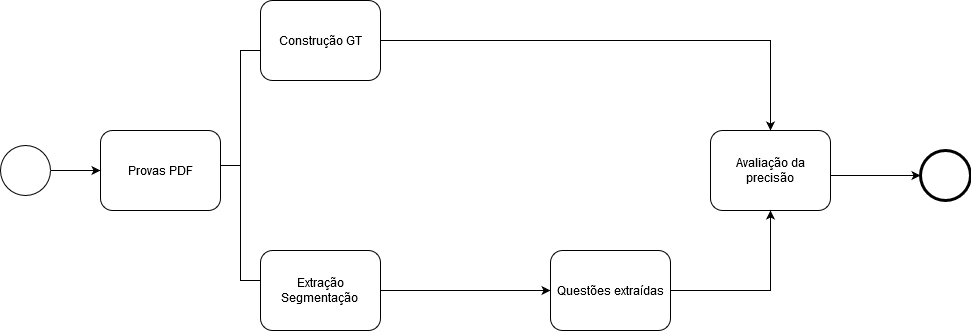
Earlier version of the draw.io export Untitled Diagram.png (karinawie/process-diagram). Source tidied: cells renumbered, new cells last; positions are measured from the earlier drawing's top-left corner, leaving out a move shared by most shapes.
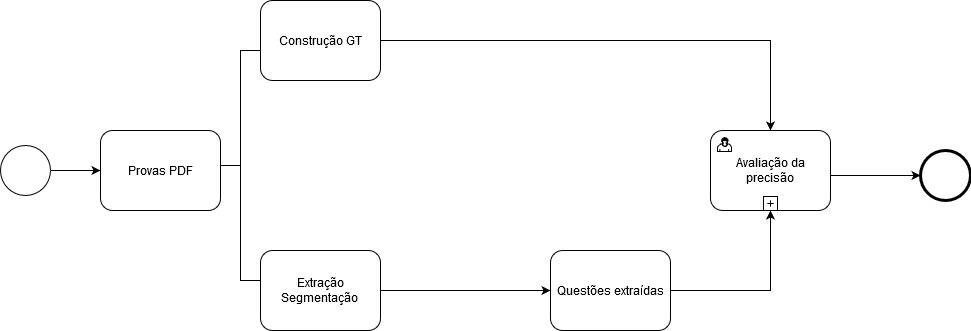
Above is the later version.

The edit, as a diff of the source:
```diff
@@ -8,17 +8,15 @@
     <mxCell id="3" value="Provas PDF" style="shape=ext;rounded=1;html=1;whiteSpace=wrap;" parent="1" vertex="1">
       <mxGeometry x="100" y="130" width="120" height="80" as="geometry" />
     </mxCell>
-    <mxCell id="4" value="Avaliação da precisão" style="html=1;whiteSpace=wrap;rounded=1;" parent="1" vertex="1">
-      <mxGeometry x="710" y="130" width="120" height="80" as="geometry" />
-    </mxCell>
     <mxCell id="5" style="shape=mxgraph.bpmn.shape;html=1;verticalLabelPosition=bottom;labelBackgroundColor=#ffffff;verticalAlign=top;perimeter=ellipsePerimeter;outline=end;symbol=general;" parent="1" vertex="1">
       <mxGeometry x="920" y="150" width="50" height="50" as="geometry" />
     </mxCell>
     <mxCell id="6" style="edgeStyle=orthogonalEdgeStyle;rounded=0;html=1;jettySize=auto;" parent="1" edge="1" source="2" target="3">
       <mxGeometry relative="1" as="geometry" />
     </mxCell>
-    <mxCell id="7" style="edgeStyle=orthogonalEdgeStyle;rounded=0;html=1;jettySize=auto;entryX=0.5;entryY=1;entryDx=0;entryDy=0;" parent="1" edge="1" source="9" target="4">
+    <mxCell id="7" style="edgeStyle=orthogonalEdgeStyle;rounded=0;html=1;jettySize=auto;entryX=0.5;entryY=1;entryDx=0;entryDy=0;" parent="1" edge="1" source="9">
       <mxGeometry relative="1" as="geometry">
+        <mxPoint x="770" y="210" as="targetPoint" />
         <Array as="points">
           <mxPoint x="770" y="290" />
         </Array>
@@ -32,8 +30,10 @@
     <mxCell id="9" value="Questões extraídas" style="html=1;whiteSpace=wrap;rounded=1;" parent="1" vertex="1">
       <mxGeometry x="550" y="250" width="120" height="80" as="geometry" />
     </mxCell>
-    <mxCell id="10" style="edgeStyle=orthogonalEdgeStyle;rounded=0;jettySize=auto;html=1;exitX=1;exitY=0.5;exitDx=0;exitDy=0;entryX=0.5;entryY=0;entryDx=0;entryDy=0;" parent="1" edge="1" source="11" target="4">
-      <mxGeometry relative="1" as="geometry" />
+    <mxCell id="10" style="edgeStyle=orthogonalEdgeStyle;rounded=0;jettySize=auto;html=1;exitX=1;exitY=0.5;exitDx=0;exitDy=0;entryX=0.5;entryY=0;entryDx=0;entryDy=0;" parent="1" edge="1" source="11">
+      <mxGeometry relative="1" as="geometry">
+        <mxPoint x="770" y="130" as="targetPoint" />
+      </mxGeometry>
     </mxCell>
     <mxCell id="11" value="Construção GT " style="html=1;whiteSpace=wrap;rounded=1;" parent="1" vertex="1">
       <mxGeometry x="260" width="120" height="80" as="geometry" />
@@ -49,5 +49,18 @@
     <mxCell id="14" style="html=1;shape=mxgraph.flowchart.annotation_2;align=left;labelPosition=right;" parent="1" vertex="1">
       <mxGeometry x="220" y="50" width="40" height="230" as="geometry" />
     </mxCell>
+    <mxCell id="4" value="Avaliação da precisão" style="html=1;whiteSpace=wrap;rounded=1;" parent="1" vertex="1">
+      <mxGeometry x="710" y="130" width="120" height="80" as="geometry" />
+    </mxCell>
+    <mxCell id="15" style="html=1;shape=mxgraph.bpmn.user_task;" parent="4" vertex="1">
+      <mxGeometry width="14" height="14" relative="1" as="geometry">
+        <mxPoint x="7" y="7" as="offset" />
+      </mxGeometry>
+    </mxCell>
+    <mxCell id="16" style="html=1;shape=plus;" parent="4" vertex="1">
+      <mxGeometry x="0.5" y="1" width="14" height="14" relative="1" as="geometry">
+        <mxPoint x="-7" y="-14" as="offset" />
+      </mxGeometry>
+    </mxCell>
   </root>
 </mxGraphModel>
```
